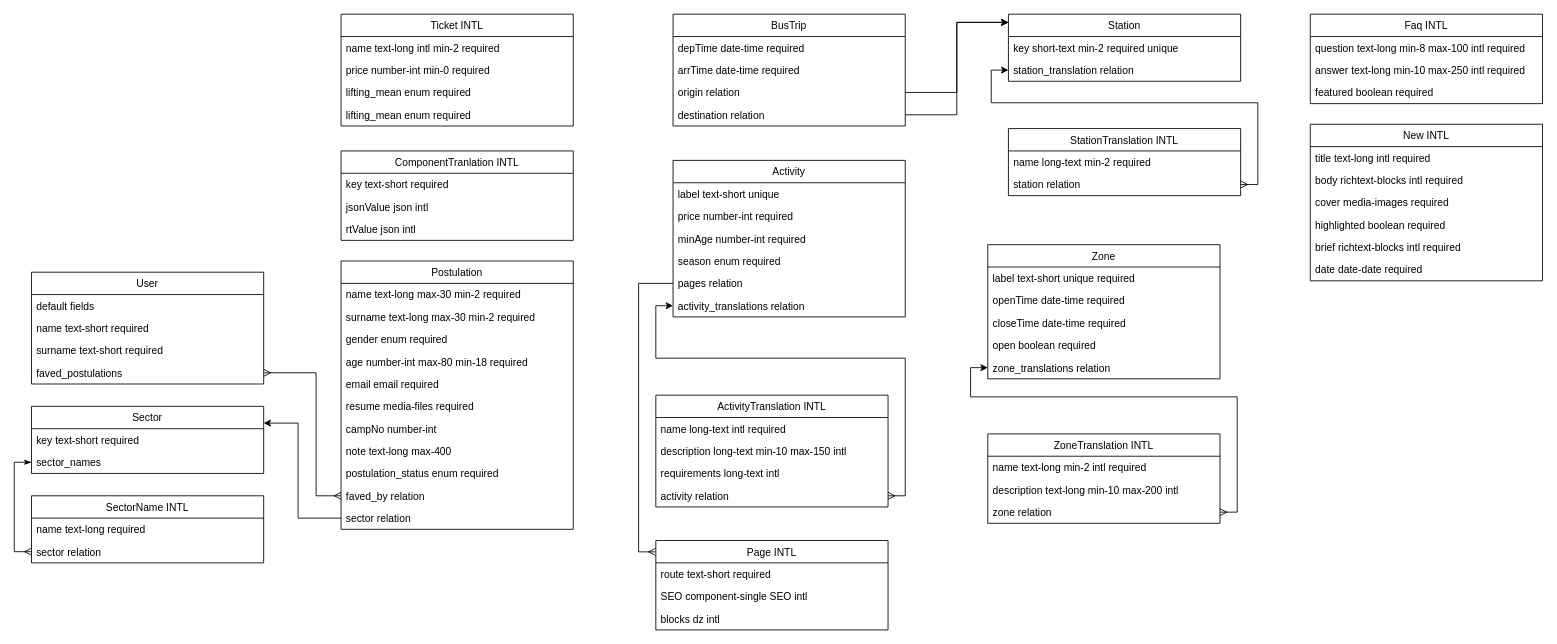
Before: public/DER.drawio in TelefericoCerroOtto/TelefericoBariloche2024, a draw.io diagram. Source tidied: cells renumbered, new cells numbered last; positions are measured from the earlier drawing's top-left corner, leaving out a move shared by most shapes. Both pictures are drawn from the tidied source at 86%, with x=0, y=0 at pixel (31, 14).
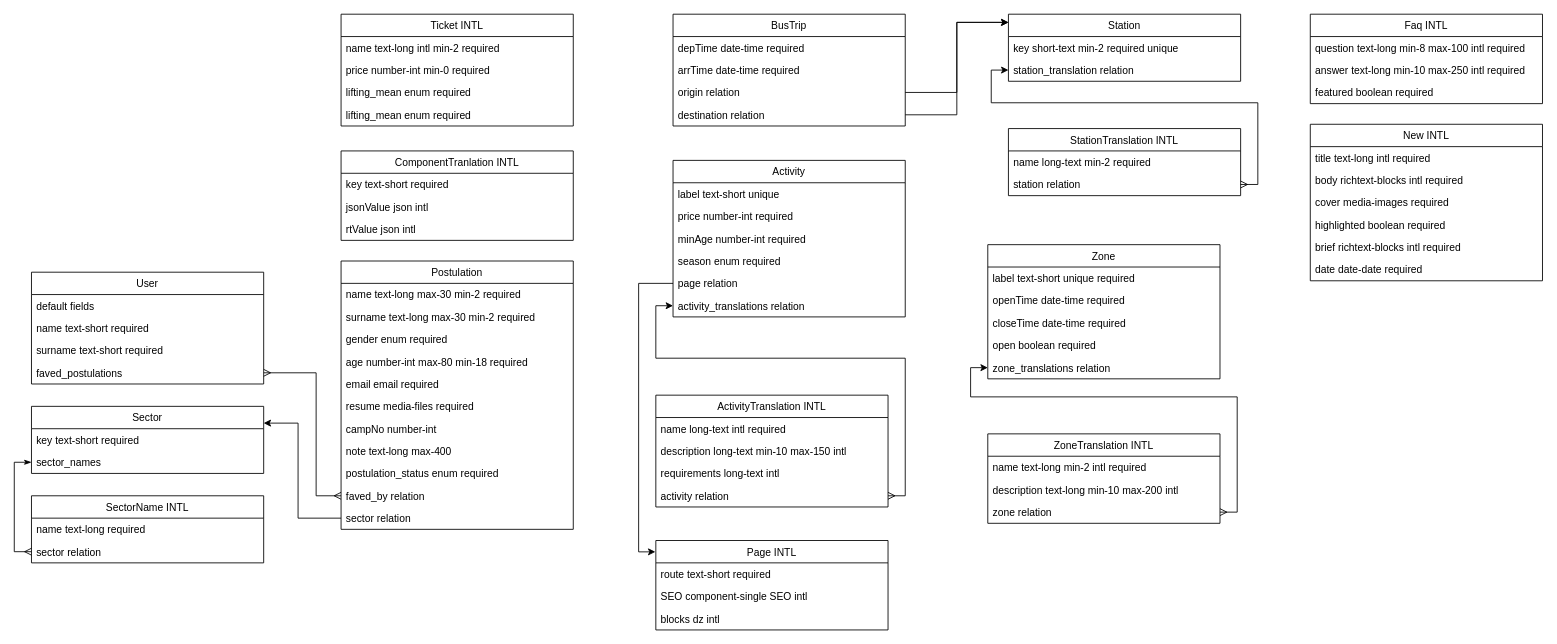
The same page after the edit.

Commit message:
feat(root/diagrams): update DER diagram

The change refers to these unchanged cells:
```xml
<mxCell id="2" value="Activity" style="swimlane;fontStyle=0;align=center;verticalAlign=top;horizontal=1;startSize=26;rounded=0;shadow=0;strokeWidth=1;" parent="1" vertex="1">
  <mxGeometry x="746.1" y="170" width="270" height="182" as="geometry" />
</mxCell>
<mxCell id="31" value="Page INTL" style="swimlane;fontStyle=0;align=center;verticalAlign=top;horizontal=1;startSize=26;rounded=0;shadow=0;strokeWidth=1;" parent="1" vertex="1">
  <mxGeometry x="726.1" y="612" width="270" height="104" as="geometry" />
</mxCell>
```

What changed in the source:
```diff
@@
-    <mxCell id="7" value="pages relation" style="text;align=left;verticalAlign=top;spacingLeft=4;spacingRight=4;overflow=hidden;points=[[0,0.5],[1,0.5]];portConstraint=eastwest;rounded=0;shadow=0;html=0;" parent="2" vertex="1">
+    <mxCell id="7" value="page relation" style="text;align=left;verticalAlign=top;spacingLeft=4;spacingRight=4;overflow=hidden;points=[[0,0.5],[1,0.5]];portConstraint=eastwest;rounded=0;shadow=0;html=0;" parent="2" vertex="1">
       <mxGeometry y="130" width="270" height="26" as="geometry" />
     </mxCell>
@@
-    <mxCell id="76" style="edgeStyle=orthogonalEdgeStyle;rounded=0;jettySize=auto;html=1;entryX=-0.002;entryY=0.127;entryDx=0;entryDy=0;entryPerimeter=0;endArrow=ERmany;endFill=0;" parent="1" edge="1" source="7" target="31">
+    <mxCell id="76" style="edgeStyle=orthogonalEdgeStyle;rounded=0;jettySize=auto;html=1;entryX=-0.002;entryY=0.127;entryDx=0;entryDy=0;entryPerimeter=0;endArrow=classic;endFill=1;" parent="1" edge="1" source="7" target="31">
       <mxGeometry relative="1" as="geometry" />
     </mxCell>
```
